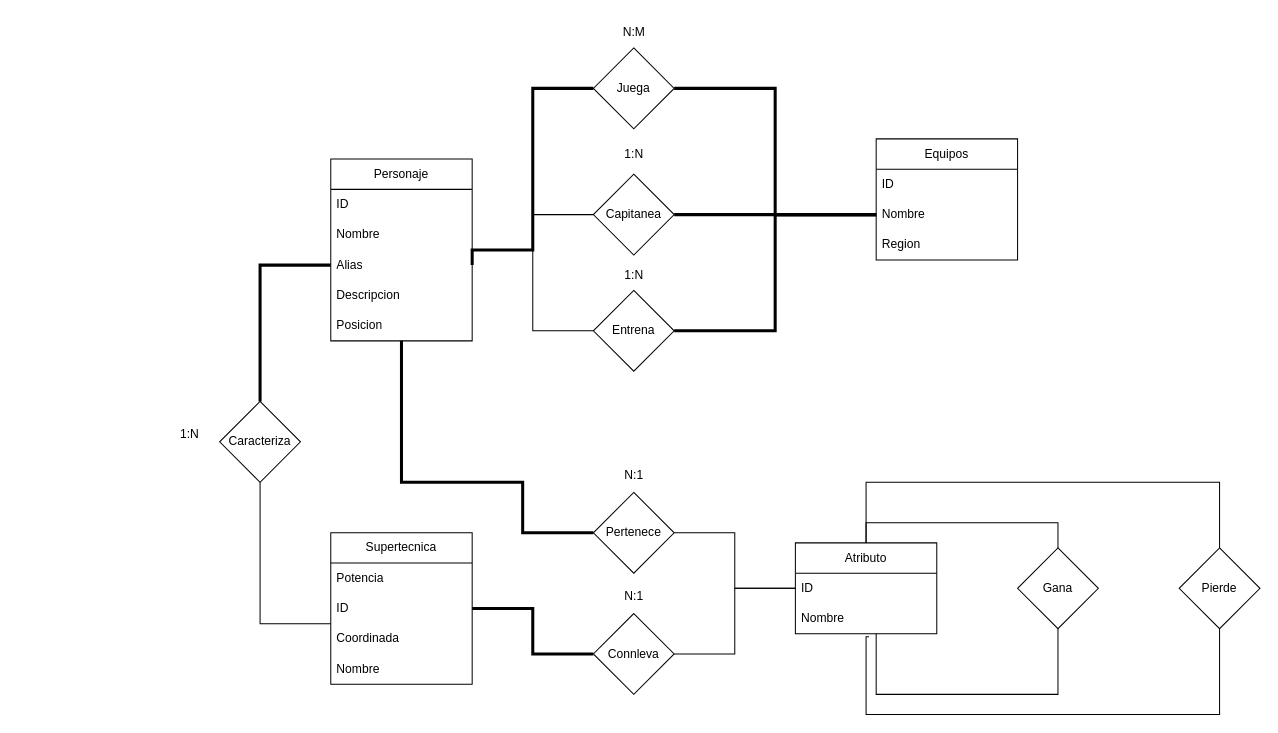
This is Diseño-temporal.drawio from Tortilla20/ProyectoInazuma, a draw.io file, before an edit. Source tidied: cells renumbered, new cells numbered last; positions are measured from the earlier drawing's top-left corner, leaving out a move shared by most shapes. Both pictures are drawn from the tidied source at 101%, with x=0, y=0 at pixel (169, 17).
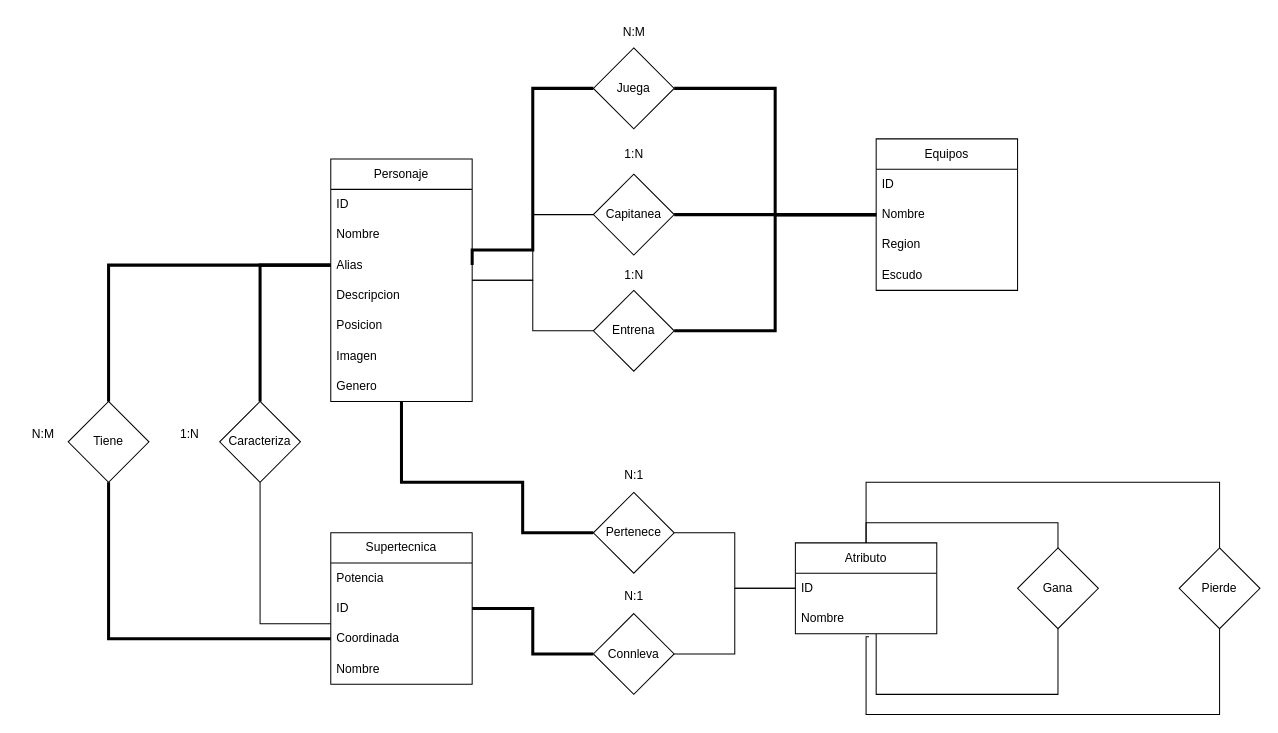
The same diagram, later.

Commit message:
actualizacion diagrama

The change refers to these unchanged cells:
```xml
<mxCell id="5" value="Coordinada" style="text;strokeColor=none;fillColor=none;align=left;verticalAlign=middle;spacingLeft=4;spacingRight=4;overflow=hidden;points=[[0,0.5],[1,0.5]];portConstraint=eastwest;whiteSpace=wrap;html=1;" parent="2" vertex="1">
  <mxGeometry y="90" width="140" height="30" as="geometry" />
</mxCell>
<mxCell id="33" value="Alias" style="text;strokeColor=none;fillColor=none;align=left;verticalAlign=middle;spacingLeft=4;spacingRight=4;overflow=hidden;points=[[0,0.5],[1,0.5]];portConstraint=eastwest;whiteSpace=wrap;html=1;" parent="30" vertex="1">
  <mxGeometry y="90" width="140" height="30" as="geometry" />
</mxCell>
```

Diff of the diagram source:
```diff
@@
     <mxCell id="7" value="Equipos" style="swimlane;fontStyle=0;horizontal=1;startSize=30;whiteSpace=wrap;html=1;" parent="1" vertex="1">
-      <mxGeometry x="700" y="120" width="140" height="120" as="geometry" />
+      <mxGeometry x="700" y="120" width="140" height="150" as="geometry" />
     </mxCell>
@@
+    <mxCell id="50" value="Escudo" style="text;strokeColor=none;fillColor=none;align=left;verticalAlign=middle;spacingLeft=4;spacingRight=4;overflow=hidden;whiteSpace=wrap;html=1;" parent="7" vertex="1">
+      <mxGeometry y="120" width="140" height="30" as="geometry" />
+    </mxCell>
@@
     <mxCell id="30" value="Personaje" style="swimlane;fontStyle=0;horizontal=1;startSize=30;whiteSpace=wrap;html=1;" parent="1" vertex="1">
-      <mxGeometry x="160" y="140" width="140" height="180" as="geometry" />
+      <mxGeometry x="160" y="140" width="140" height="240" as="geometry" />
     </mxCell>
@@
+    <mxCell id="51" value="Imagen" style="text;strokeColor=none;fillColor=none;align=left;verticalAlign=middle;spacingLeft=4;spacingRight=4;overflow=hidden;whiteSpace=wrap;html=1;" parent="30" vertex="1">
+      <mxGeometry y="180" width="140" height="30" as="geometry" />
+    </mxCell>
+    <mxCell id="52" value="Genero" style="text;strokeColor=none;fillColor=none;align=left;verticalAlign=middle;spacingLeft=4;spacingRight=4;overflow=hidden;whiteSpace=wrap;html=1;" parent="30" vertex="1">
+      <mxGeometry y="210" width="140" height="30" as="geometry" />
+    </mxCell>
@@
+    <mxCell id="53" style="edgeStyle=orthogonalEdgeStyle;rounded=0;jettySize=auto;html=1;entryX=0;entryY=0.5;entryDx=0;entryDy=0;endArrow=none;startFill=0;strokeWidth=3;" parent="1" edge="1" source="55" target="5">
+      <mxGeometry relative="1" as="geometry" />
+    </mxCell>
+    <mxCell id="54" style="edgeStyle=orthogonalEdgeStyle;rounded=0;jettySize=auto;html=1;exitX=0.5;exitY=0;exitDx=0;exitDy=0;endArrow=none;startFill=0;strokeWidth=3;" parent="1" edge="1" source="55" target="33">
+      <mxGeometry relative="1" as="geometry" />
+    </mxCell>
+    <mxCell id="55" value="Tiene" style="rhombus;whiteSpace=wrap;html=1;" parent="1" vertex="1">
+      <mxGeometry x="-100" y="380" width="80" height="80" as="geometry" />
+    </mxCell>
+    <mxCell id="56" value="N:M" style="text;html=1;align=center;verticalAlign=middle;strokeColor=none;fillColor=none;" parent="1" vertex="1">
+      <mxGeometry x="-150" y="398" width="50" height="30" as="geometry" />
+    </mxCell>
```
